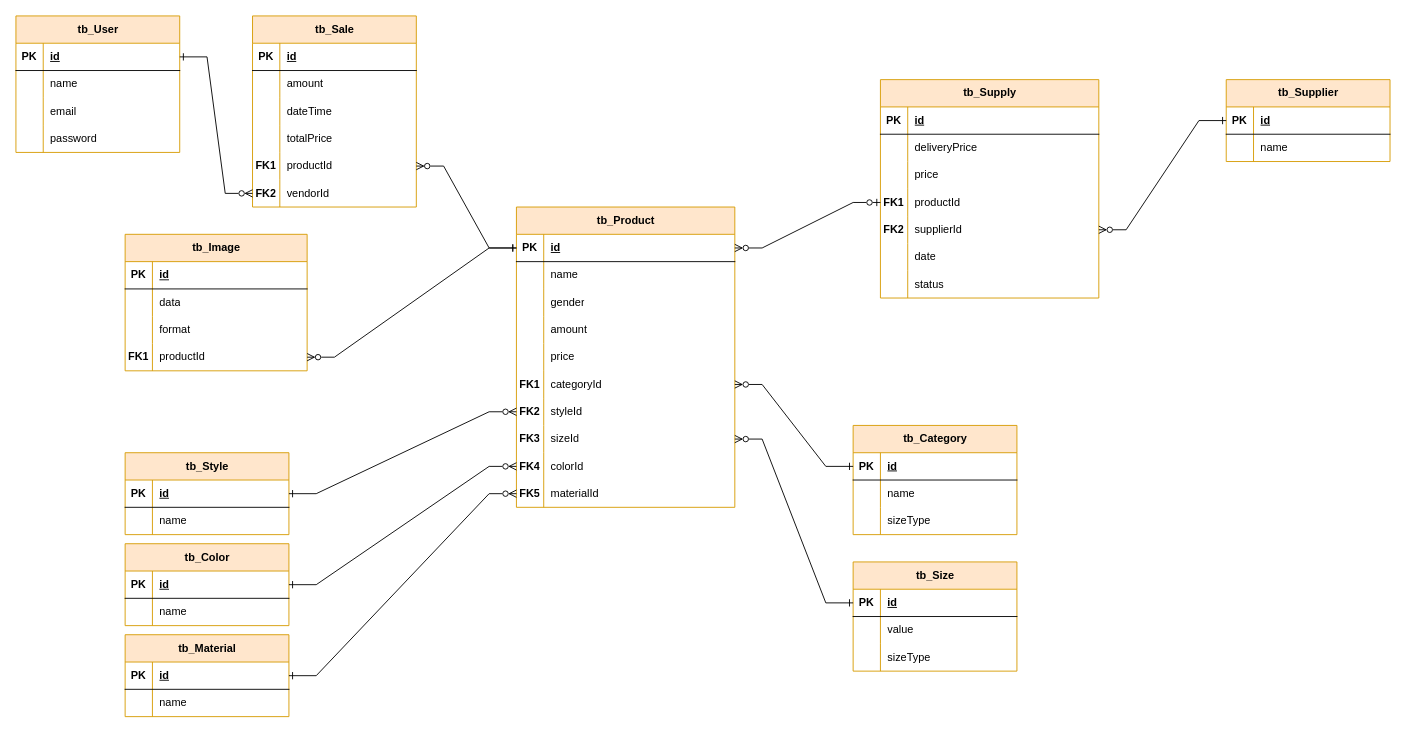
Before: page "DER" (2 of 2) of docs/UML - Clothing Store.drawio in VitorPaulinoG/ClothingStore, a draw.io diagram. Source tidied: cells renumbered, new cells numbered last; positions are measured from the earlier drawing's top-left corner, leaving out a move shared by most shapes. Both pictures are drawn from the tidied source at 91%, with x=0, y=0 at pixel (15, 15).
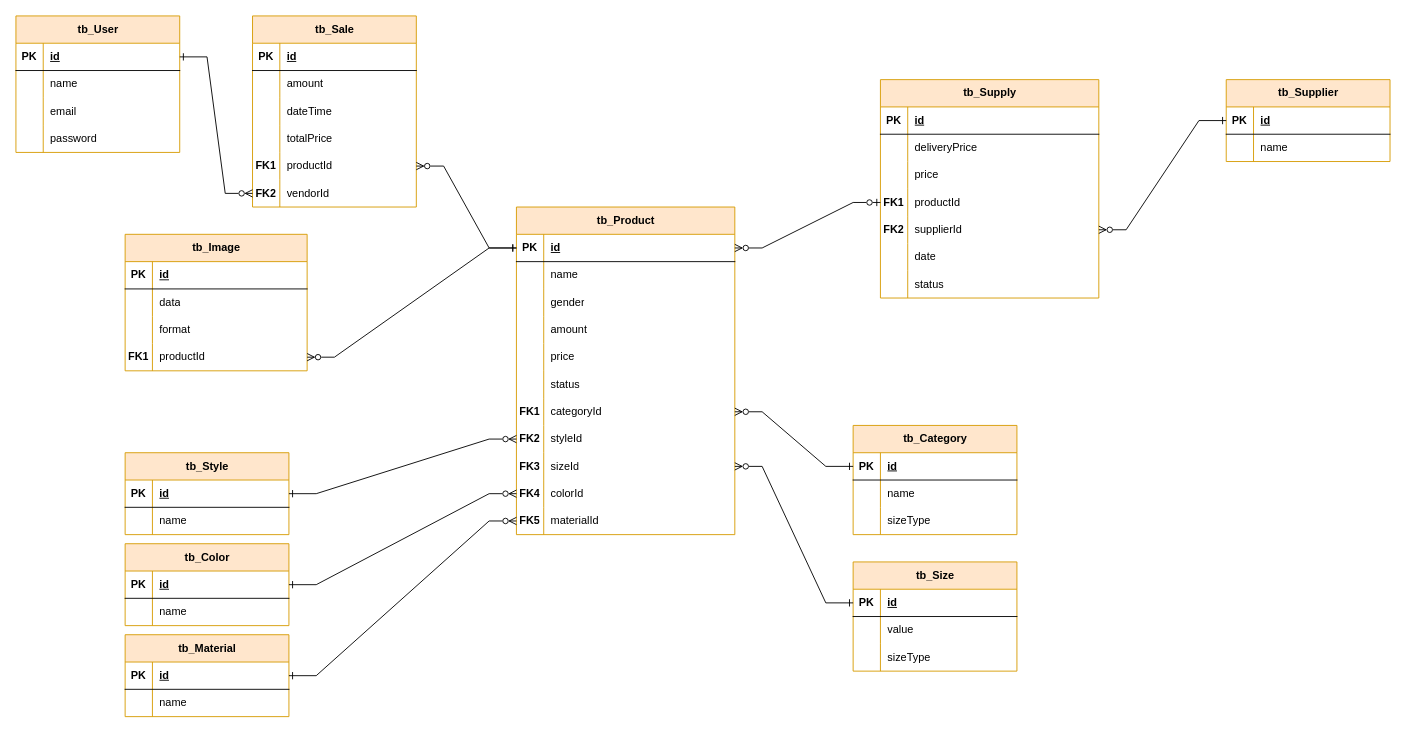
The same diagram, later.

Diff of the diagram source:
```diff
@@
     <mxCell id="63" value="tb_Product" style="shape=table;startSize=30;childLayout=tableLayout;rowLines=0;fontStyle=1;align=center;html=1;fontFamily=Cascadia Code;fillColor=#ffe6cc;strokeColor=#d79b00;" parent="1" vertex="1">
-      <mxGeometry x="550" y="210" width="240" height="330" as="geometry" />
+      <mxGeometry x="550" y="210" width="240" height="360" as="geometry" />
     </mxCell>
@@
+    <mxCell id="158" style="shape=tableRow;horizontal=0;startSize=0;swimlaneHead=0;swimlaneBody=0;fillColor=none;top=0;left=0;right=0;bottom=0;" parent="63" vertex="1">
+      <mxGeometry y="180" width="240" height="30" as="geometry" />
+    </mxCell>
+    <mxCell id="159" style="shape=partialRectangle;fillColor=none;top=0;left=0;bottom=0;right=0;overflow=hidden;whiteSpace=wrap;html=1;" parent="158" vertex="1">
+      <mxGeometry width="30" height="30" as="geometry" />
+    </mxCell>
+    <mxCell id="160" value="&lt;font face=&quot;Cascadia Code&quot;&gt;status&lt;/font&gt;" style="shape=partialRectangle;fillColor=none;top=0;left=0;bottom=0;right=0;align=left;spacingLeft=6;overflow=hidden;whiteSpace=wrap;html=1;" parent="158" vertex="1">
+      <mxGeometry x="30" width="210" height="30" as="geometry" />
+    </mxCell>
     <mxCell id="79" style="shape=tableRow;horizontal=0;startSize=0;swimlaneHead=0;swimlaneBody=0;fillColor=none;points=[[0,0.5],[1,0.5]];portConstraint=eastwest;top=0;left=0;right=0;bottom=0;" parent="63" vertex="1">
-      <mxGeometry y="180" width="240" height="30" as="geometry" />
+      <mxGeometry y="210" width="240" height="30" as="geometry" />
     </mxCell>
@@
     <mxCell id="82" style="shape=tableRow;horizontal=0;startSize=0;swimlaneHead=0;swimlaneBody=0;fillColor=none;points=[[0,0.5],[1,0.5]];portConstraint=eastwest;top=0;left=0;right=0;bottom=0;" parent="63" vertex="1">
-      <mxGeometry y="210" width="240" height="30" as="geometry" />
+      <mxGeometry y="240" width="240" height="30" as="geometry" />
     </mxCell>
@@
     <mxCell id="85" style="shape=tableRow;horizontal=0;startSize=0;swimlaneHead=0;swimlaneBody=0;fillColor=none;points=[[0,0.5],[1,0.5]];portConstraint=eastwest;top=0;left=0;right=0;bottom=0;" parent="63" vertex="1">
-      <mxGeometry y="240" width="240" height="30" as="geometry" />
+      <mxGeometry y="270" width="240" height="30" as="geometry" />
     </mxCell>
@@
     <mxCell id="88" style="shape=tableRow;horizontal=0;startSize=0;swimlaneHead=0;swimlaneBody=0;fillColor=none;points=[[0,0.5],[1,0.5]];portConstraint=eastwest;top=0;left=0;right=0;bottom=0;" parent="63" vertex="1">
-      <mxGeometry y="270" width="240" height="30" as="geometry" />
+      <mxGeometry y="300" width="240" height="30" as="geometry" />
     </mxCell>
@@
     <mxCell id="91" style="shape=tableRow;horizontal=0;startSize=0;swimlaneHead=0;swimlaneBody=0;fillColor=none;points=[[0,0.5],[1,0.5]];portConstraint=eastwest;top=0;left=0;right=0;bottom=0;" parent="63" vertex="1">
-      <mxGeometry y="300" width="240" height="30" as="geometry" />
+      <mxGeometry y="330" width="240" height="30" as="geometry" />
     </mxCell>
```
